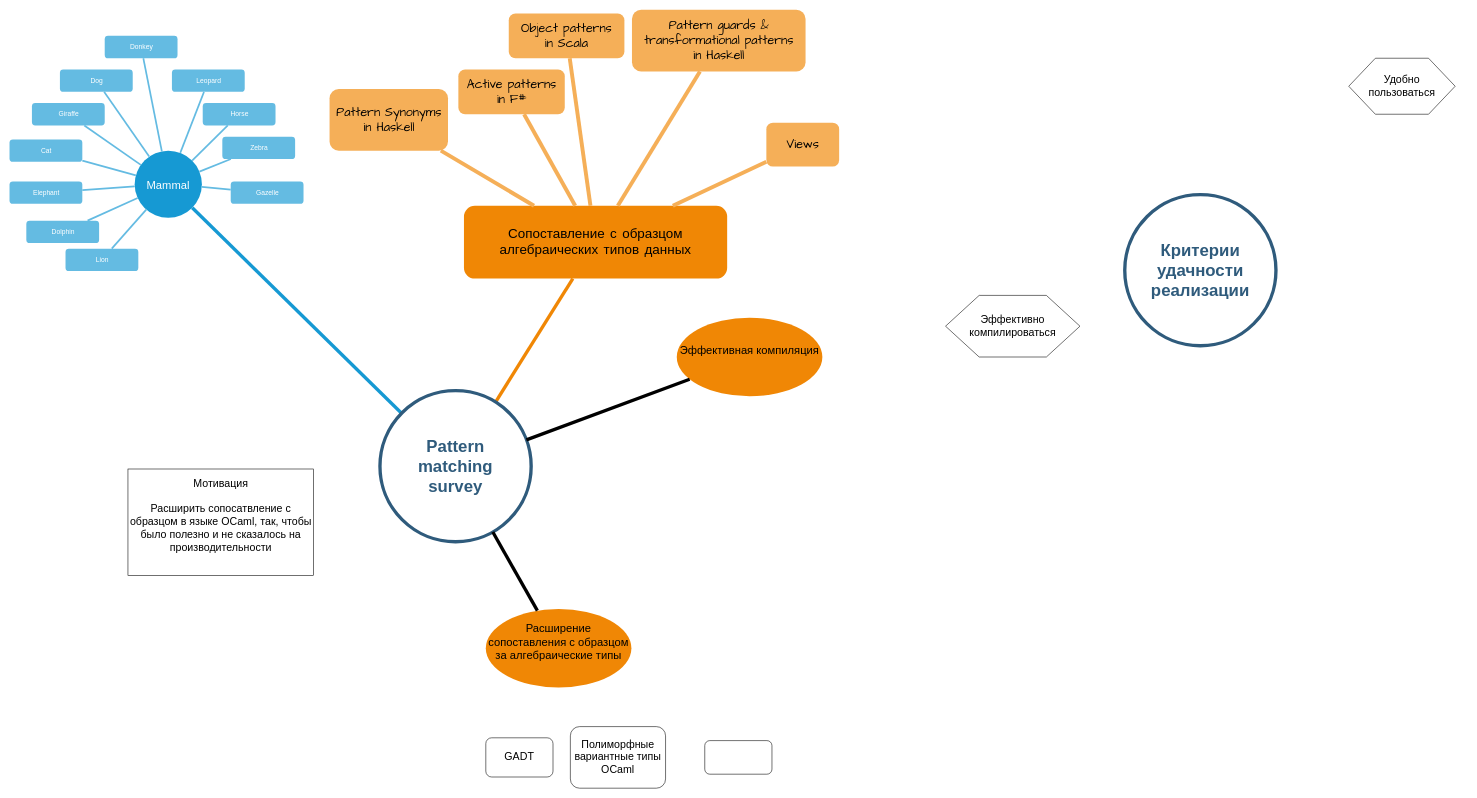
Kakadu/kakadu.github.io keeps this draw.io diagram as Untitled Diagram.drawio. Above is the earlier version. Source tidied: cells renumbered, new cells numbered last; positions are measured from the earlier drawing's top-left corner, leaving out a move shared by most shapes. Both pictures are drawn from the tidied source at 56%, with x=0, y=0 at pixel (9, 10).
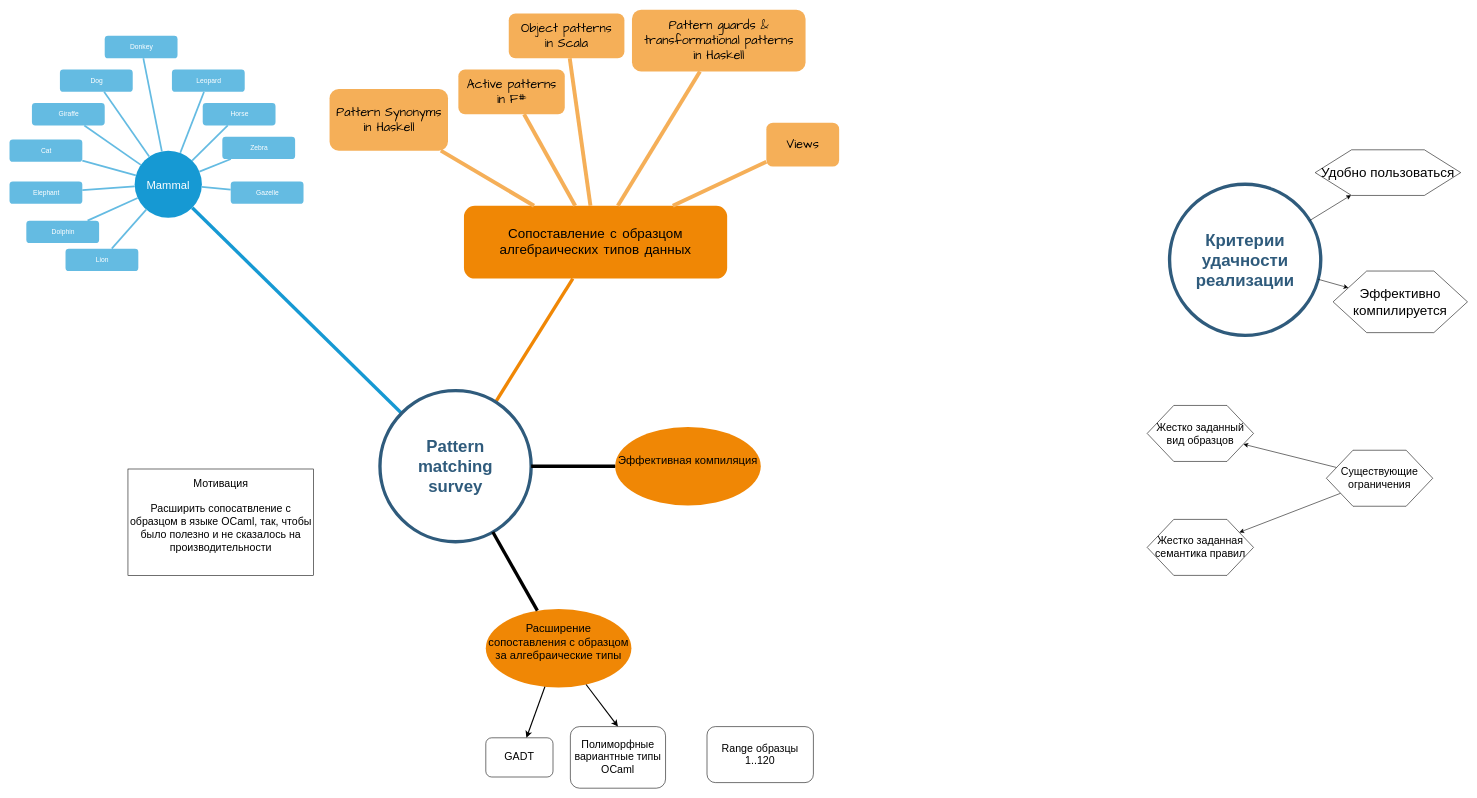
Above is the later version.

The change refers to these unchanged cells:
```xml
<mxCell id="38" value="&lt;div&gt;Расширение сопоставления с образцом за алгебраические типы&lt;/div&gt;&lt;div&gt;&lt;br&gt;&lt;/div&gt;" style="ellipse;whiteSpace=wrap;html=1;shadow=0;fontFamily=Helvetica;fontSize=20;fontColor=#000000;align=center;strokeWidth=3;fillColor=#F08705;strokeColor=none;gradientColor=none;" parent="1" vertex="1">
  <mxGeometry x="851" y="1070" width="260" height="140" as="geometry" />
</mxCell>
<mxCell id="42" value="&lt;div&gt;Полиморфные вариантные типы OCaml&lt;/div&gt;" style="rounded=1;whiteSpace=wrap;html=1;fontSize=19;fontColor=#000000;" parent="1" vertex="1">
  <mxGeometry x="1002" y="1280" width="170" height="110" as="geometry" />
</mxCell>
<mxCell id="43" value="GADT" style="rounded=1;whiteSpace=wrap;html=1;fontSize=19;fontColor=#000000;" parent="1" vertex="1">
  <mxGeometry x="851" y="1300" width="120" height="70" as="geometry" />
</mxCell>
```

What changed in the source:
```diff
@@
     <mxCell id="37" value="&lt;div&gt;Эффективная компиляция&lt;/div&gt;&lt;div&gt;&lt;br&gt;&lt;/div&gt;" style="ellipse;whiteSpace=wrap;html=1;shadow=0;fontFamily=Helvetica;fontSize=20;fontColor=#000000;align=center;strokeWidth=3;fillColor=#F08705;strokeColor=none;gradientColor=none;" parent="1" vertex="1">
-      <mxGeometry x="1192" y="550" width="260" height="140" as="geometry" />
+      <mxGeometry x="1082" y="745" width="260" height="140" as="geometry" />
     </mxCell>
@@
-    <mxCell id="41" style="rounded=1;whiteSpace=wrap;html=1;fontSize=19;fontColor=#000000;" parent="1" vertex="1">
-      <mxGeometry x="1242" y="1305" width="120" height="60" as="geometry" />
+    <mxCell id="41" value="Range образцы&lt;br&gt;1..120" style="rounded=1;whiteSpace=wrap;html=1;fontSize=19;fontColor=#000000;" parent="1" vertex="1">
+      <mxGeometry x="1246" y="1280" width="190" height="100" as="geometry" />
     </mxCell>
@@
     <mxCell id="44" value="&lt;div&gt;Критерии удачности реализации&lt;/div&gt;" style="ellipse;whiteSpace=wrap;html=1;shadow=0;fontFamily=Helvetica;fontSize=30;fontColor=#2F5B7C;align=center;strokeColor=#2F5B7C;strokeWidth=6;fillColor=#FFFFFF;fontStyle=1;gradientColor=none;" parent="1" vertex="1">
-      <mxGeometry x="1992" y="330" width="270" height="270" as="geometry" />
+      <mxGeometry x="2072" y="311.5" width="270" height="270" as="geometry" />
     </mxCell>
-    <mxCell id="45" value="&lt;div&gt;Удобно пользоваться&lt;/div&gt;" style="shape=hexagon;perimeter=hexagonPerimeter2;whiteSpace=wrap;html=1;fontSize=19;fontColor=#000000;" parent="1" vertex="1">
-      <mxGeometry x="2392" y="86.5" width="190" height="100" as="geometry" />
+    <mxCell id="45" value="&lt;div style=&quot;font-size: 24px;&quot;&gt;Удобно пользоваться&lt;/div&gt;" style="shape=hexagon;perimeter=hexagonPerimeter2;whiteSpace=wrap;html=1;fontSize=24;fontColor=#000000;" parent="1" vertex="1">
+      <mxGeometry x="2332" y="250" width="260" height="81.5" as="geometry" />
     </mxCell>
-    <mxCell id="46" value="&lt;div&gt;Эффективно компилироваться&lt;/div&gt;" style="shape=hexagon;perimeter=hexagonPerimeter2;whiteSpace=wrap;html=1;fontSize=19;fontColor=#000000;" parent="1" vertex="1">
-      <mxGeometry x="1672" y="510" width="240" height="110" as="geometry" />
+    <mxCell id="46" value="&lt;div style=&quot;font-size: 24px;&quot;&gt;Эффективно компилируется&lt;/div&gt;" style="shape=hexagon;perimeter=hexagonPerimeter2;whiteSpace=wrap;html=1;fontSize=24;fontColor=#000000;horizontal=1;" parent="1" vertex="1">
+      <mxGeometry x="2364" y="466.5" width="240" height="110" as="geometry" />
     </mxCell>
@@
+    <mxCell id="50" value="Жестко заданный вид образцов" style="shape=hexagon;perimeter=hexagonPerimeter2;whiteSpace=wrap;html=1;fontSize=19;fontColor=#000000;" parent="1" vertex="1">
+      <mxGeometry x="2032" y="706.5" width="190" height="100" as="geometry" />
+    </mxCell>
+    <mxCell id="51" value="Жестко заданная семантика правил" style="shape=hexagon;perimeter=hexagonPerimeter2;whiteSpace=wrap;html=1;fontSize=19;fontColor=#000000;" parent="1" vertex="1">
+      <mxGeometry x="2032" y="910" width="190" height="100" as="geometry" />
+    </mxCell>
+    <mxCell id="52" style="endArrow=classic;html=1;" parent="1" edge="1" source="44" target="45">
+      <mxGeometry relative="1" as="geometry" />
+    </mxCell>
+    <mxCell id="53" style="endArrow=classic;html=1;" parent="1" edge="1" source="44" target="46">
+      <mxGeometry relative="1" as="geometry" />
+    </mxCell>
+    <mxCell id="54" style="endArrow=classic;html=1;" parent="1" edge="1" source="56" target="50">
+      <mxGeometry relative="1" as="geometry" />
+    </mxCell>
+    <mxCell id="55" style="endArrow=classic;html=1;" parent="1" edge="1" source="56" target="51">
+      <mxGeometry relative="1" as="geometry" />
+    </mxCell>
+    <mxCell id="56" value="&lt;div&gt;Существующие&lt;br&gt;&lt;/div&gt;&lt;div&gt;ограничения&lt;br&gt;&lt;/div&gt;" style="shape=hexagon;perimeter=hexagonPerimeter2;whiteSpace=wrap;html=1;fontSize=19;fontColor=#000000;" parent="1" vertex="1">
+      <mxGeometry x="2352" y="786.5" width="190" height="100" as="geometry" />
+    </mxCell>
+    <mxCell id="57" style="endArrow=classic;html=1;fontSize=24;horizontal=1;strokeWidth=2;" parent="1" edge="1" source="38" target="43">
+      <mxGeometry relative="1" as="geometry" />
+    </mxCell>
+    <mxCell id="58" style="endArrow=classic;html=1;strokeWidth=2;fontSize=24;entryX=0.5;entryY=0;entryDx=0;entryDy=0;" parent="1" edge="1" source="38" target="42">
+      <mxGeometry relative="1" as="geometry" />
+    </mxCell>
```
